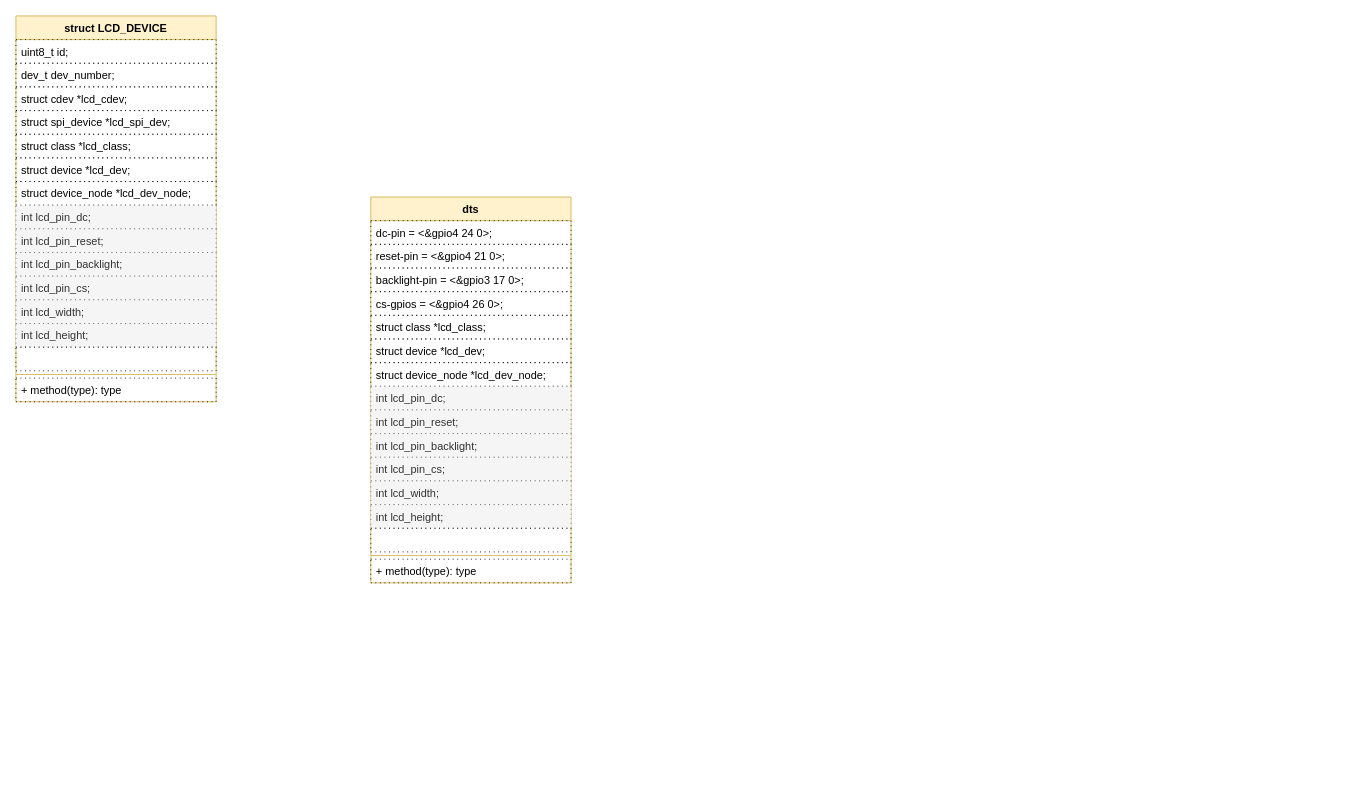
The draw.io diagram Firmware/spi+lcd.drawio in UNIONDONG/Desktop, before the edit. Source tidied: cells renumbered, new cells numbered last; positions are measured from the earlier drawing's top-left corner, leaving out a move shared by most shapes. Both pictures are drawn from the tidied source at 91%, with x=0, y=0 at pixel (15, 15).
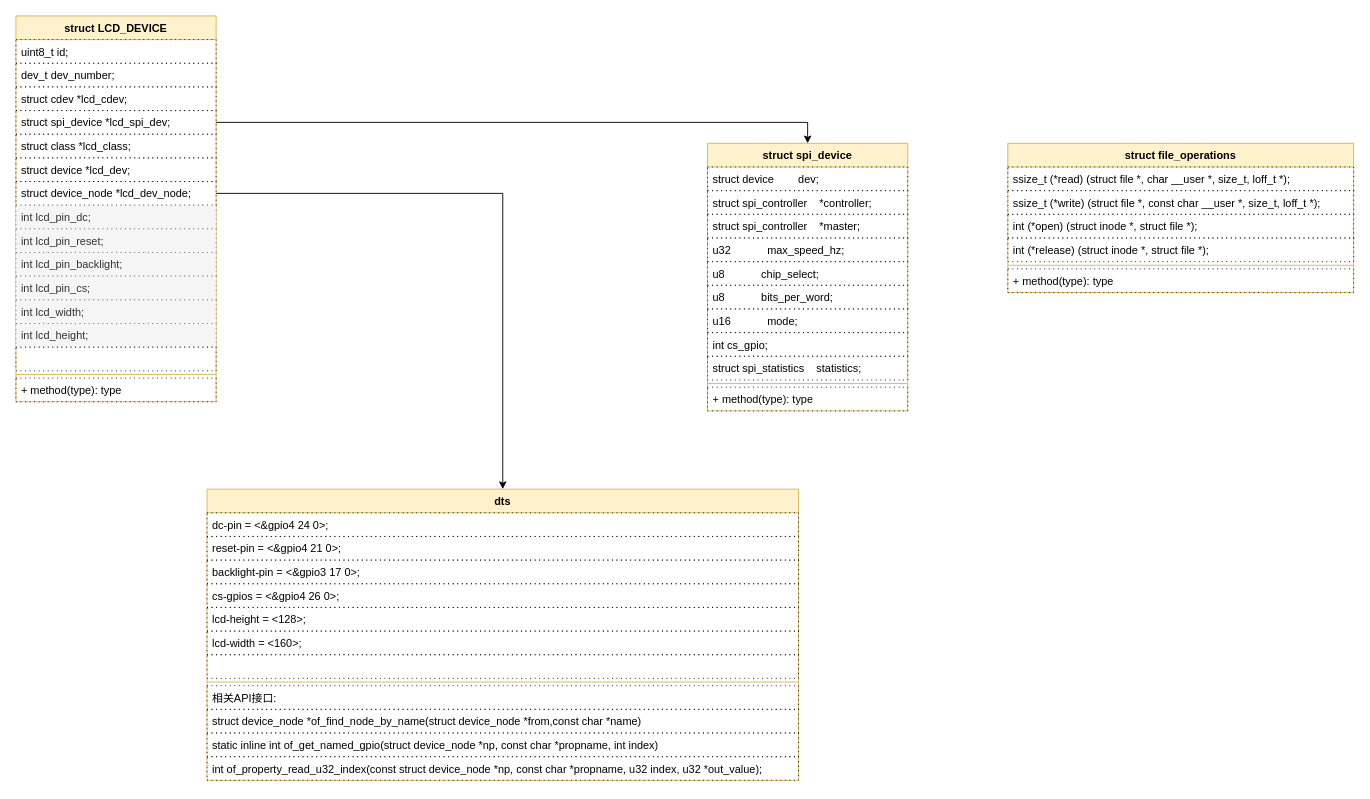
The same diagram, later.

The change refers to these unchanged cells:
```xml
<mxCell id="6" value="&lt;div&gt;struct spi_device *lcd_spi_dev;&lt;/div&gt;&lt;div&gt;&lt;br&gt;&lt;/div&gt;" style="text;strokeColor=default;fillColor=none;align=left;verticalAlign=top;spacingLeft=4;spacingRight=4;overflow=hidden;points=[[0,0.5],[1,0.5]];portConstraint=eastwest;whiteSpace=wrap;html=1;dashed=1;dashPattern=1 4;" parent="2" vertex="1">
  <mxGeometry y="104" width="220" height="26" as="geometry" />
</mxCell>
<mxCell id="9" value="&lt;div&gt;struct device_node *lcd_dev_node;&lt;/div&gt;&lt;div&gt;&lt;br&gt;&lt;/div&gt;" style="text;strokeColor=default;fillColor=none;align=left;verticalAlign=top;spacingLeft=4;spacingRight=4;overflow=hidden;points=[[0,0.5],[1,0.5]];portConstraint=eastwest;whiteSpace=wrap;html=1;dashed=1;dashPattern=1 4;" parent="2" vertex="1">
  <mxGeometry y="182" width="220" height="26" as="geometry" />
</mxCell>
```

What changed in the source:
```diff
@@
     <mxCell id="19" value="&lt;b style=&quot;border-color: var(--border-color);&quot;&gt;dts&lt;br&gt;&lt;/b&gt;" style="swimlane;fontStyle=1;align=center;verticalAlign=top;horizontal=1;startSize=26;whiteSpace=wrap;html=1;fillColor=#fff2cc;strokeColor=#d6b656;" parent="1" vertex="1">
-      <mxGeometry x="390" y="199" width="220" height="424" as="geometry" />
+      <mxGeometry x="210" y="520" width="650" height="320" as="geometry" />
     </mxCell>
     <mxCell id="20" value="&lt;div&gt;&lt;div&gt;dc-pin = &amp;lt;&amp;amp;gpio4 24 0&amp;gt;;&lt;/div&gt;&lt;/div&gt;&lt;div&gt;&lt;br&gt;&lt;/div&gt;" style="text;strokeColor=default;fillColor=none;align=left;verticalAlign=top;spacingLeft=4;spacingRight=4;overflow=hidden;whiteSpace=wrap;html=1;dashed=1;dashPattern=1 4;" parent="19" vertex="1">
-      <mxGeometry y="26" width="220" height="26" as="geometry" />
+      <mxGeometry y="26" width="650" height="26" as="geometry" />
     </mxCell>
     <mxCell id="21" value="&lt;div&gt;&lt;div&gt;reset-pin = &amp;lt;&amp;amp;gpio4 21 0&amp;gt;;&lt;/div&gt;&lt;/div&gt;&lt;div&gt;&lt;br&gt;&lt;/div&gt;" style="text;strokeColor=default;fillColor=none;align=left;verticalAlign=top;spacingLeft=4;spacingRight=4;overflow=hidden;whiteSpace=wrap;html=1;dashed=1;dashPattern=1 4;" parent="19" vertex="1">
-      <mxGeometry y="52" width="220" height="26" as="geometry" />
+      <mxGeometry y="52" width="650" height="26" as="geometry" />
     </mxCell>
     <mxCell id="22" value="&lt;div&gt;&lt;div&gt;backlight-pin = &amp;lt;&amp;amp;gpio3 17 0&amp;gt;;&lt;/div&gt;&lt;/div&gt;&lt;div&gt;&lt;br&gt;&lt;/div&gt;" style="text;strokeColor=default;fillColor=none;align=left;verticalAlign=top;spacingLeft=4;spacingRight=4;overflow=hidden;whiteSpace=wrap;html=1;dashed=1;dashPattern=1 4;" parent="19" vertex="1">
-      <mxGeometry y="78" width="220" height="26" as="geometry" />
+      <mxGeometry y="78" width="650" height="26" as="geometry" />
     </mxCell>
     <mxCell id="23" value="&lt;div&gt;&lt;div&gt;cs-gpios = &amp;lt;&amp;amp;gpio4 26 0&amp;gt;;&lt;/div&gt;&lt;/div&gt;&lt;div&gt;&lt;br&gt;&lt;/div&gt;" style="text;strokeColor=default;fillColor=none;align=left;verticalAlign=top;spacingLeft=4;spacingRight=4;overflow=hidden;whiteSpace=wrap;html=1;dashed=1;dashPattern=1 4;" parent="19" vertex="1">
-      <mxGeometry y="104" width="220" height="26" as="geometry" />
+      <mxGeometry y="104" width="650" height="26" as="geometry" />
     </mxCell>
-    <mxCell id="24" value="&lt;div&gt;struct class *lcd_class;&lt;/div&gt;&lt;div&gt;&lt;br&gt;&lt;/div&gt;" style="text;strokeColor=default;fillColor=none;align=left;verticalAlign=top;spacingLeft=4;spacingRight=4;overflow=hidden;whiteSpace=wrap;html=1;dashed=1;dashPattern=1 4;" parent="19" vertex="1">
-      <mxGeometry y="130" width="220" height="26" as="geometry" />
+    <mxCell id="24" value="&lt;div&gt;&lt;div&gt;lcd-height = &amp;lt;128&amp;gt;;&lt;/div&gt;&lt;/div&gt;&lt;div&gt;&lt;br&gt;&lt;/div&gt;" style="text;strokeColor=default;fillColor=none;align=left;verticalAlign=top;spacingLeft=4;spacingRight=4;overflow=hidden;whiteSpace=wrap;html=1;dashed=1;dashPattern=1 4;" parent="19" vertex="1">
+      <mxGeometry y="130" width="650" height="26" as="geometry" />
     </mxCell>
-    <mxCell id="25" value="&lt;div&gt;struct device *lcd_dev;&lt;/div&gt;&lt;div&gt;&lt;br&gt;&lt;/div&gt;" style="text;strokeColor=default;fillColor=none;align=left;verticalAlign=top;spacingLeft=4;spacingRight=4;overflow=hidden;whiteSpace=wrap;html=1;dashed=1;dashPattern=1 4;" parent="19" vertex="1">
-      <mxGeometry y="156" width="220" height="26" as="geometry" />
+    <mxCell id="25" value="&lt;div&gt;&lt;div&gt;lcd-width = &amp;lt;160&amp;gt;;&lt;/div&gt;&lt;/div&gt;&lt;div&gt;&lt;br&gt;&lt;/div&gt;" style="text;strokeColor=default;fillColor=none;align=left;verticalAlign=top;spacingLeft=4;spacingRight=4;overflow=hidden;whiteSpace=wrap;html=1;dashed=1;dashPattern=1 4;" parent="19" vertex="1">
+      <mxGeometry y="156" width="650" height="26" as="geometry" />
     </mxCell>
-    <mxCell id="26" value="&lt;div&gt;struct device_node *lcd_dev_node;&lt;/div&gt;&lt;div&gt;&lt;br&gt;&lt;/div&gt;" style="text;strokeColor=default;fillColor=none;align=left;verticalAlign=top;spacingLeft=4;spacingRight=4;overflow=hidden;whiteSpace=wrap;html=1;dashed=1;dashPattern=1 4;" parent="19" vertex="1">
-      <mxGeometry y="182" width="220" height="26" as="geometry" />
-    </mxCell>
-    <mxCell id="27" value="&lt;div&gt;int lcd_pin_dc;&lt;/div&gt;&lt;div&gt;&lt;br&gt;&lt;/div&gt;" style="text;strokeColor=#666666;fillColor=#f5f5f5;align=left;verticalAlign=top;spacingLeft=4;spacingRight=4;overflow=hidden;whiteSpace=wrap;html=1;dashed=1;dashPattern=1 4;fontColor=#333333;" parent="19" vertex="1">
-      <mxGeometry y="208" width="220" height="26" as="geometry" />
-    </mxCell>
-    <mxCell id="28" value="&lt;div&gt;int lcd_pin_reset;&lt;/div&gt;&lt;div&gt;&lt;br&gt;&lt;/div&gt;" style="text;strokeColor=#666666;fillColor=#f5f5f5;align=left;verticalAlign=top;spacingLeft=4;spacingRight=4;overflow=hidden;whiteSpace=wrap;html=1;dashed=1;dashPattern=1 4;fontColor=#333333;" parent="19" vertex="1">
-      <mxGeometry y="234" width="220" height="26" as="geometry" />
-    </mxCell>
-    <mxCell id="29" value="&lt;div&gt;int lcd_pin_backlight;&lt;/div&gt;&lt;div&gt;&lt;br&gt;&lt;/div&gt;" style="text;strokeColor=#666666;fillColor=#f5f5f5;align=left;verticalAlign=top;spacingLeft=4;spacingRight=4;overflow=hidden;whiteSpace=wrap;html=1;dashed=1;dashPattern=1 4;fontColor=#333333;" parent="19" vertex="1">
-      <mxGeometry y="260" width="220" height="26" as="geometry" />
-    </mxCell>
-    <mxCell id="30" value="&lt;div&gt;int lcd_pin_cs;&lt;/div&gt;&lt;div&gt;&lt;br&gt;&lt;/div&gt;" style="text;strokeColor=#666666;fillColor=#f5f5f5;align=left;verticalAlign=top;spacingLeft=4;spacingRight=4;overflow=hidden;whiteSpace=wrap;html=1;dashed=1;dashPattern=1 4;fontColor=#333333;" parent="19" vertex="1">
-      <mxGeometry y="286" width="220" height="26" as="geometry" />
-    </mxCell>
-    <mxCell id="31" value="&lt;div&gt;int lcd_width;&lt;/div&gt;&lt;div&gt;&lt;br&gt;&lt;/div&gt;" style="text;strokeColor=#666666;fillColor=#f5f5f5;align=left;verticalAlign=top;spacingLeft=4;spacingRight=4;overflow=hidden;whiteSpace=wrap;html=1;dashed=1;dashPattern=1 4;fontColor=#333333;" parent="19" vertex="1">
-      <mxGeometry y="312" width="220" height="26" as="geometry" />
-    </mxCell>
-    <mxCell id="32" value="&lt;div&gt;int lcd_height;&lt;/div&gt;&lt;div&gt;&lt;br&gt;&lt;/div&gt;" style="text;strokeColor=#666666;fillColor=#f5f5f5;align=left;verticalAlign=top;spacingLeft=4;spacingRight=4;overflow=hidden;whiteSpace=wrap;html=1;dashed=1;dashPattern=1 4;fontColor=#333333;" parent="19" vertex="1">
-      <mxGeometry y="338" width="220" height="26" as="geometry" />
-    </mxCell>
     <mxCell id="33" style="text;strokeColor=default;fillColor=none;align=left;verticalAlign=top;spacingLeft=4;spacingRight=4;overflow=hidden;whiteSpace=wrap;html=1;dashed=1;dashPattern=1 4;" parent="19" vertex="1">
-      <mxGeometry y="364" width="220" height="26" as="geometry" />
+      <mxGeometry y="182" width="650" height="26" as="geometry" />
     </mxCell>
     <mxCell id="34" style="line;strokeWidth=1;fillColor=none;align=left;verticalAlign=middle;spacingTop=-1;spacingLeft=3;spacingRight=3;labelPosition=right;strokeColor=inherit;" parent="19" vertex="1">
-      <mxGeometry y="390" width="220" height="8" as="geometry" />
+      <mxGeometry y="208" width="650" height="8" as="geometry" />
     </mxCell>
-    <mxCell id="35" value="+ method(type): type" style="text;strokeColor=default;fillColor=none;align=left;verticalAlign=top;spacingLeft=4;spacingRight=4;overflow=hidden;whiteSpace=wrap;html=1;dashed=1;dashPattern=1 4;" parent="19" vertex="1">
-      <mxGeometry y="398" width="220" height="26" as="geometry" />
+    <mxCell id="35" value="相关API接口:" style="text;strokeColor=default;fillColor=none;align=left;verticalAlign=top;spacingLeft=4;spacingRight=4;overflow=hidden;whiteSpace=wrap;html=1;dashed=1;dashPattern=1 4;" parent="19" vertex="1">
+      <mxGeometry y="216" width="650" height="26" as="geometry" />
     </mxCell>
+    <mxCell id="36" value="&lt;div&gt;struct device_node *of_find_node_by_name(struct device_node *from,&lt;span style=&quot;background-color: initial;&quot;&gt;const char *name)&lt;/span&gt;&lt;/div&gt;" style="text;strokeColor=default;fillColor=none;align=left;verticalAlign=top;spacingLeft=4;spacingRight=4;overflow=hidden;whiteSpace=wrap;html=1;dashed=1;dashPattern=1 4;" parent="19" vertex="1">
+      <mxGeometry y="242" width="650" height="26" as="geometry" />
+    </mxCell>
+    <mxCell id="37" value="&lt;div&gt;static inline int of_get_named_gpio(struct device_node *np,&lt;span style=&quot;background-color: initial;&quot;&gt;&amp;nbsp;const char *propname, int index)&lt;/span&gt;&lt;/div&gt;" style="text;strokeColor=default;fillColor=none;align=left;verticalAlign=top;spacingLeft=4;spacingRight=4;overflow=hidden;whiteSpace=wrap;html=1;dashed=1;dashPattern=1 4;" parent="19" vertex="1">
+      <mxGeometry y="268" width="650" height="26" as="geometry" />
+    </mxCell>
+    <mxCell id="38" value="&lt;div&gt;int of_property_read_u32_index(const struct device_node *np,&amp;nbsp;&lt;span style=&quot;background-color: initial;&quot;&gt;const char *propname,&lt;/span&gt;&lt;span style=&quot;background-color: initial;&quot;&gt;&lt;span style=&quot;white-space: pre;&quot;&gt;&amp;nbsp;&lt;/span&gt;u32 index,&lt;/span&gt;&lt;span style=&quot;background-color: initial;&quot;&gt;&lt;span style=&quot;white-space: pre;&quot;&gt;&amp;nbsp;&lt;/span&gt;&lt;/span&gt;&lt;span style=&quot;background-color: initial;&quot;&gt;u32 *out_value);&lt;/span&gt;&lt;/div&gt;" style="text;strokeColor=default;fillColor=none;align=left;verticalAlign=top;spacingLeft=4;spacingRight=4;overflow=hidden;whiteSpace=wrap;html=1;dashed=1;dashPattern=1 4;" parent="19" vertex="1">
+      <mxGeometry y="294" width="650" height="26" as="geometry" />
+    </mxCell>
+    <mxCell id="39" style="edgeStyle=orthogonalEdgeStyle;rounded=0;jettySize=auto;html=1;exitX=1;exitY=0.5;exitDx=0;exitDy=0;entryX=0.5;entryY=0;entryDx=0;entryDy=0;" parent="1" edge="1" source="9" target="19">
+      <mxGeometry relative="1" as="geometry" />
+    </mxCell>
+    <mxCell id="40" value="&lt;b style=&quot;border-color: var(--border-color);&quot;&gt;struct spi_device&lt;/b&gt;" style="swimlane;fontStyle=1;align=center;verticalAlign=top;horizontal=1;startSize=26;whiteSpace=wrap;html=1;fillColor=#fff2cc;strokeColor=#d6b656;" parent="1" vertex="1">
+      <mxGeometry x="760" y="140" width="220" height="294" as="geometry" />
+    </mxCell>
+    <mxCell id="41" value="&lt;div&gt;&lt;div&gt;&lt;div&gt;struct device&lt;span style=&quot;white-space: pre;&quot;&gt;&amp;nbsp;&amp;nbsp;&amp;nbsp;&amp;nbsp;&lt;/span&gt;&lt;span style=&quot;white-space: pre;&quot;&gt;&amp;nbsp;&amp;nbsp;&amp;nbsp;&amp;nbsp;&lt;/span&gt;dev;&lt;/div&gt;&lt;/div&gt;&lt;/div&gt;&lt;div&gt;&lt;br&gt;&lt;/div&gt;" style="text;strokeColor=default;fillColor=none;align=left;verticalAlign=top;spacingLeft=4;spacingRight=4;overflow=hidden;whiteSpace=wrap;html=1;dashed=1;dashPattern=1 4;" parent="40" vertex="1">
+      <mxGeometry y="26" width="220" height="26" as="geometry" />
+    </mxCell>
+    <mxCell id="42" value="&lt;div&gt;&lt;div&gt;struct spi_controller&lt;span style=&quot;white-space: pre;&quot;&gt;&amp;nbsp;&amp;nbsp;&amp;nbsp;&amp;nbsp;&lt;/span&gt;*controller;&lt;/div&gt;&lt;/div&gt;" style="text;strokeColor=default;fillColor=none;align=left;verticalAlign=top;spacingLeft=4;spacingRight=4;overflow=hidden;whiteSpace=wrap;html=1;dashed=1;dashPattern=1 4;" parent="40" vertex="1">
+      <mxGeometry y="52" width="220" height="26" as="geometry" />
+    </mxCell>
+    <mxCell id="43" value="&lt;div&gt;struct spi_controller&lt;span style=&quot;white-space: pre;&quot;&gt;&amp;nbsp;&amp;nbsp;&amp;nbsp;&amp;nbsp;&lt;/span&gt;*master;&lt;br&gt;&lt;/div&gt;" style="text;strokeColor=default;fillColor=none;align=left;verticalAlign=top;spacingLeft=4;spacingRight=4;overflow=hidden;whiteSpace=wrap;html=1;dashed=1;dashPattern=1 4;" parent="40" vertex="1">
+      <mxGeometry y="78" width="220" height="26" as="geometry" />
+    </mxCell>
+    <mxCell id="44" value="&lt;div&gt;&lt;div&gt;u32&lt;span style=&quot;white-space: pre;&quot;&gt;&amp;nbsp;&amp;nbsp;&amp;nbsp;&amp;nbsp;&lt;/span&gt;&lt;span style=&quot;white-space: pre;&quot;&gt;&amp;nbsp;&amp;nbsp;&amp;nbsp;&amp;nbsp;&lt;/span&gt;&lt;span style=&quot;white-space: pre;&quot;&gt;&amp;nbsp;&amp;nbsp;&amp;nbsp;&amp;nbsp;&lt;/span&gt;max_speed_hz;&lt;/div&gt;&lt;/div&gt;" style="text;strokeColor=default;fillColor=none;align=left;verticalAlign=top;spacingLeft=4;spacingRight=4;overflow=hidden;whiteSpace=wrap;html=1;dashed=1;dashPattern=1 4;" parent="40" vertex="1">
+      <mxGeometry y="104" width="220" height="26" as="geometry" />
+    </mxCell>
+    <mxCell id="45" value="&lt;div&gt;&lt;div&gt;u8&lt;span style=&quot;white-space: pre;&quot;&gt;&amp;nbsp;&amp;nbsp;&amp;nbsp;&amp;nbsp;&lt;/span&gt;&lt;span style=&quot;white-space: pre;&quot;&gt;&amp;nbsp;&amp;nbsp;&amp;nbsp;&amp;nbsp;&lt;/span&gt;&lt;span style=&quot;white-space: pre;&quot;&gt;&amp;nbsp;&amp;nbsp;&amp;nbsp;&amp;nbsp;&lt;/span&gt;chip_select;&lt;/div&gt;&lt;/div&gt;&lt;div&gt;&lt;br&gt;&lt;/div&gt;" style="text;strokeColor=default;fillColor=none;align=left;verticalAlign=top;spacingLeft=4;spacingRight=4;overflow=hidden;whiteSpace=wrap;html=1;dashed=1;dashPattern=1 4;" parent="40" vertex="1">
+      <mxGeometry y="130" width="220" height="26" as="geometry" />
+    </mxCell>
+    <mxCell id="46" value="&lt;div&gt;&lt;div&gt;u8&lt;span style=&quot;white-space: pre;&quot;&gt;&amp;nbsp;&amp;nbsp;&amp;nbsp;&amp;nbsp;&lt;/span&gt;&lt;span style=&quot;white-space: pre;&quot;&gt;&amp;nbsp;&amp;nbsp;&amp;nbsp;&amp;nbsp;&lt;/span&gt;&lt;span style=&quot;white-space: pre;&quot;&gt;&amp;nbsp;&amp;nbsp;&amp;nbsp;&amp;nbsp;&lt;/span&gt;bits_per_word;&lt;/div&gt;&lt;/div&gt;&lt;div&gt;&lt;br&gt;&lt;/div&gt;" style="text;strokeColor=default;fillColor=none;align=left;verticalAlign=top;spacingLeft=4;spacingRight=4;overflow=hidden;whiteSpace=wrap;html=1;dashed=1;dashPattern=1 4;" parent="40" vertex="1">
+      <mxGeometry y="156" width="220" height="26" as="geometry" />
+    </mxCell>
+    <mxCell id="47" value="&lt;div&gt;&lt;div&gt;u16&lt;span style=&quot;white-space: pre;&quot;&gt;&amp;nbsp;&amp;nbsp;&amp;nbsp;&amp;nbsp;&lt;/span&gt;&lt;span style=&quot;white-space: pre;&quot;&gt;&amp;nbsp;&amp;nbsp;&amp;nbsp;&amp;nbsp;&lt;/span&gt;&lt;span style=&quot;white-space: pre;&quot;&gt;&amp;nbsp;&amp;nbsp;&amp;nbsp;&amp;nbsp;&lt;/span&gt;mode;&lt;/div&gt;&lt;/div&gt;&lt;div&gt;&lt;br&gt;&lt;/div&gt;" style="text;strokeColor=default;fillColor=none;align=left;verticalAlign=top;spacingLeft=4;spacingRight=4;overflow=hidden;whiteSpace=wrap;html=1;dashed=1;dashPattern=1 4;" parent="40" vertex="1">
+      <mxGeometry y="182" width="220" height="26" as="geometry" />
+    </mxCell>
+    <mxCell id="48" value="int&#9;&#9;&#9;cs_gpio;" style="text;strokeColor=default;fillColor=none;align=left;verticalAlign=top;spacingLeft=4;spacingRight=4;overflow=hidden;whiteSpace=wrap;html=1;dashed=1;dashPattern=1 4;" parent="40" vertex="1">
+      <mxGeometry y="208" width="220" height="26" as="geometry" />
+    </mxCell>
+    <mxCell id="49" value="&lt;div&gt;struct spi_statistics&lt;span style=&quot;white-space: pre;&quot;&gt;&amp;nbsp;&amp;nbsp;&amp;nbsp;&amp;nbsp;&lt;/span&gt;statistics;&lt;/div&gt;&lt;div&gt;&lt;br&gt;&lt;/div&gt;" style="text;strokeColor=default;fillColor=none;align=left;verticalAlign=top;spacingLeft=4;spacingRight=4;overflow=hidden;whiteSpace=wrap;html=1;dashed=1;dashPattern=1 4;" parent="40" vertex="1">
+      <mxGeometry y="234" width="220" height="26" as="geometry" />
+    </mxCell>
+    <mxCell id="50" style="line;strokeWidth=1;fillColor=none;align=left;verticalAlign=middle;spacingTop=-1;spacingLeft=3;spacingRight=3;labelPosition=right;strokeColor=inherit;" parent="40" vertex="1">
+      <mxGeometry y="260" width="220" height="8" as="geometry" />
+    </mxCell>
+    <mxCell id="51" value="+ method(type): type" style="text;strokeColor=default;fillColor=none;align=left;verticalAlign=top;spacingLeft=4;spacingRight=4;overflow=hidden;whiteSpace=wrap;html=1;dashed=1;dashPattern=1 4;" parent="40" vertex="1">
+      <mxGeometry y="268" width="220" height="26" as="geometry" />
+    </mxCell>
+    <mxCell id="52" style="edgeStyle=orthogonalEdgeStyle;rounded=0;jettySize=auto;html=1;exitX=1;exitY=0.5;exitDx=0;exitDy=0;entryX=0.5;entryY=0;entryDx=0;entryDy=0;" parent="1" edge="1" source="6" target="40">
+      <mxGeometry relative="1" as="geometry" />
+    </mxCell>
+    <mxCell id="53" value="&lt;b style=&quot;border-color: var(--border-color);&quot;&gt;struct file_operations&lt;/b&gt;" style="swimlane;fontStyle=1;align=center;verticalAlign=top;horizontal=1;startSize=26;whiteSpace=wrap;html=1;fillColor=#fff2cc;strokeColor=#d6b656;" parent="1" vertex="1">
+      <mxGeometry x="1090" y="140" width="380" height="164" as="geometry" />
+    </mxCell>
+    <mxCell id="54" value="&lt;div&gt;&lt;div&gt;&lt;div&gt;&lt;div&gt;ssize_t (*read) (struct file *, char __user *, size_t, loff_t *);&lt;/div&gt;&lt;/div&gt;&lt;/div&gt;&lt;/div&gt;&lt;div&gt;&lt;br&gt;&lt;/div&gt;" style="text;strokeColor=default;fillColor=none;align=left;verticalAlign=top;spacingLeft=4;spacingRight=4;overflow=hidden;whiteSpace=wrap;html=1;dashed=1;dashPattern=1 4;" parent="53" vertex="1">
+      <mxGeometry y="26" width="380" height="26" as="geometry" />
+    </mxCell>
+    <mxCell id="55" value="&lt;div&gt;ssize_t (*write) (struct file *, const char __user *, size_t, loff_t *);&lt;/div&gt;&lt;div&gt;&lt;br&gt;&lt;/div&gt;" style="text;strokeColor=default;fillColor=none;align=left;verticalAlign=top;spacingLeft=4;spacingRight=4;overflow=hidden;whiteSpace=wrap;html=1;dashed=1;dashPattern=1 4;" parent="53" vertex="1">
+      <mxGeometry y="52" width="380" height="26" as="geometry" />
+    </mxCell>
+    <mxCell id="56" value="&lt;div&gt;&lt;div&gt;int (*open) (struct inode *, struct file *);&lt;/div&gt;&lt;/div&gt;&lt;div&gt;&lt;br&gt;&lt;/div&gt;" style="text;strokeColor=default;fillColor=none;align=left;verticalAlign=top;spacingLeft=4;spacingRight=4;overflow=hidden;whiteSpace=wrap;html=1;dashed=1;dashPattern=1 4;" parent="53" vertex="1">
+      <mxGeometry y="78" width="380" height="26" as="geometry" />
+    </mxCell>
+    <mxCell id="57" value="&lt;div&gt;int (*release) (struct inode *, struct file *);&lt;/div&gt;&lt;div&gt;&lt;br&gt;&lt;/div&gt;" style="text;strokeColor=default;fillColor=none;align=left;verticalAlign=top;spacingLeft=4;spacingRight=4;overflow=hidden;whiteSpace=wrap;html=1;dashed=1;dashPattern=1 4;" parent="53" vertex="1">
+      <mxGeometry y="104" width="380" height="26" as="geometry" />
+    </mxCell>
+    <mxCell id="58" style="line;strokeWidth=1;fillColor=none;align=left;verticalAlign=middle;spacingTop=-1;spacingLeft=3;spacingRight=3;labelPosition=right;strokeColor=inherit;" parent="53" vertex="1">
+      <mxGeometry y="130" width="380" height="8" as="geometry" />
+    </mxCell>
+    <mxCell id="59" value="+ method(type): type" style="text;strokeColor=default;fillColor=none;align=left;verticalAlign=top;spacingLeft=4;spacingRight=4;overflow=hidden;whiteSpace=wrap;html=1;dashed=1;dashPattern=1 4;" parent="53" vertex="1">
+      <mxGeometry y="138" width="380" height="26" as="geometry" />
+    </mxCell>
```
